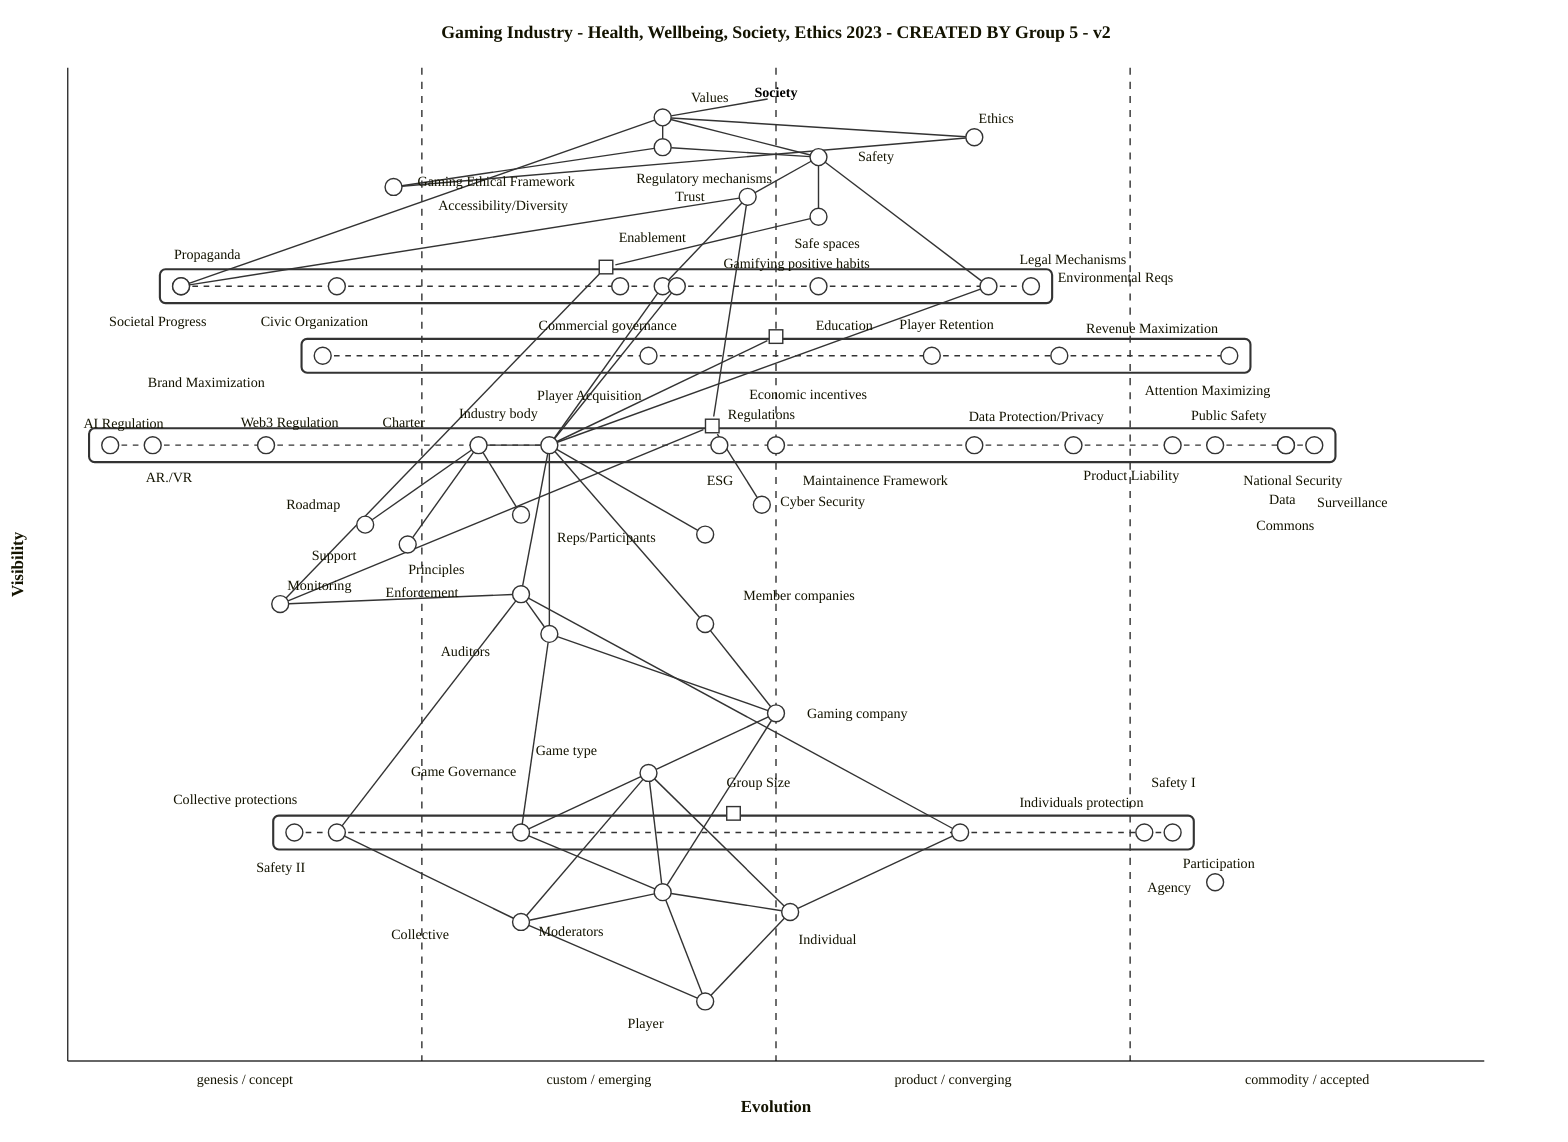
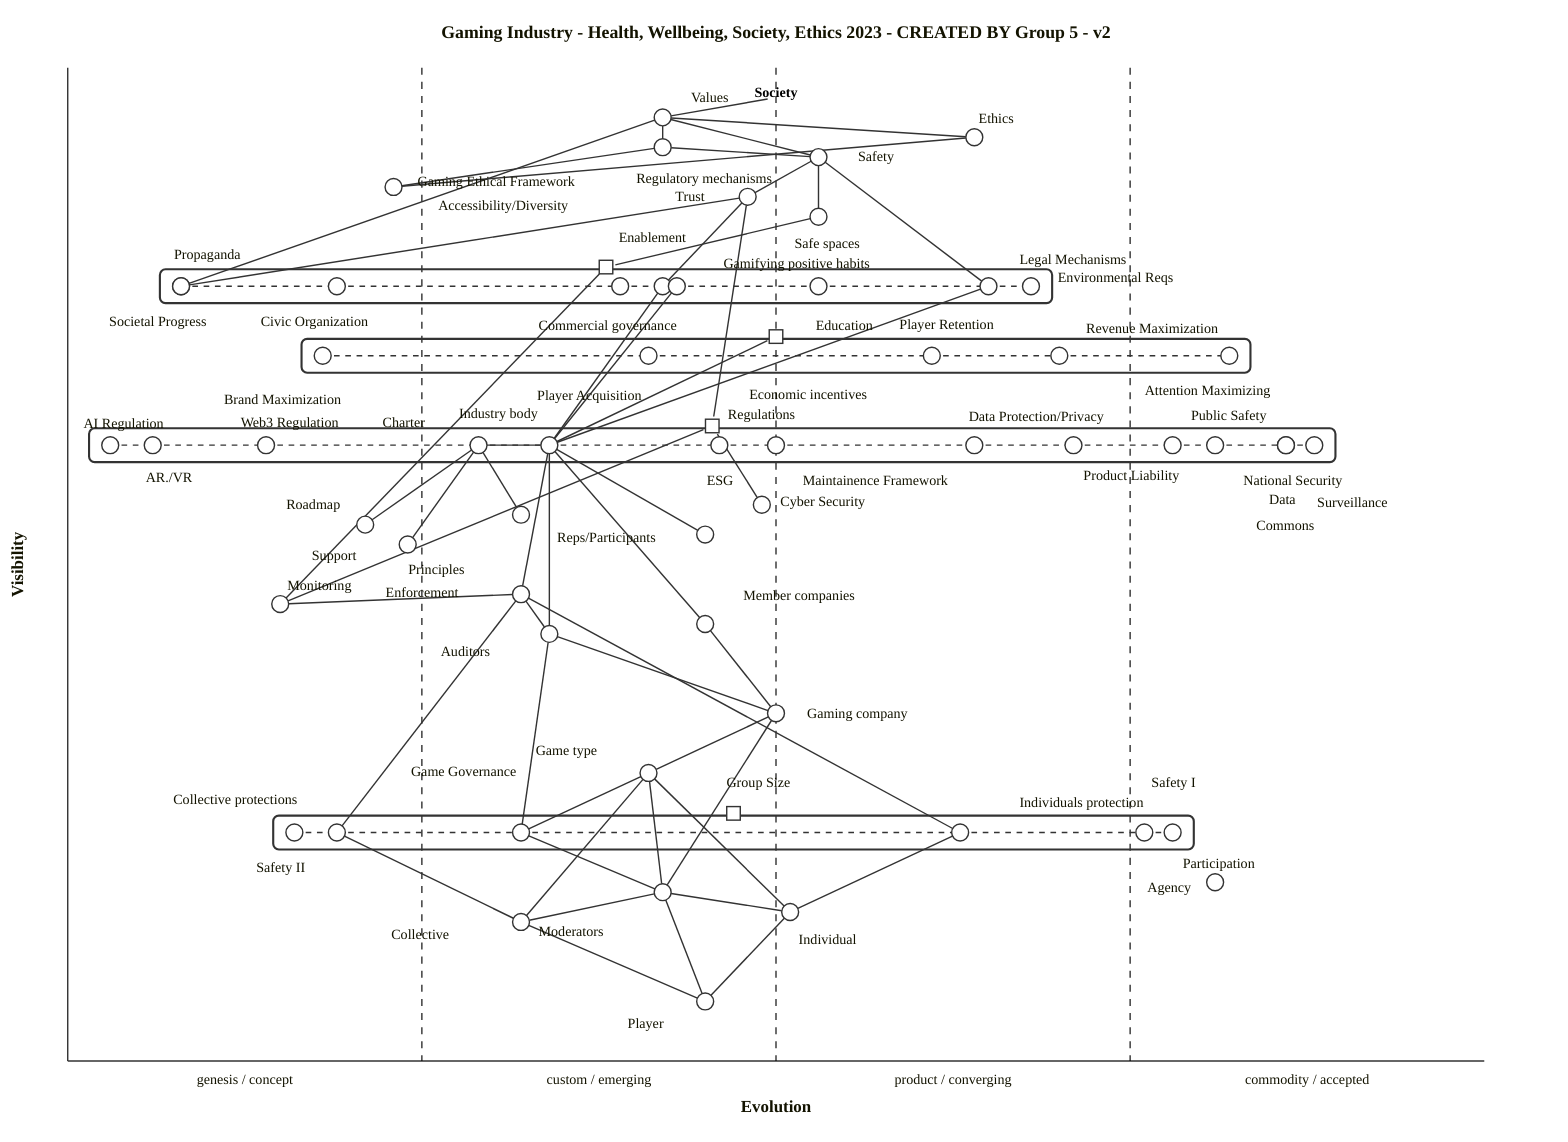
wardley-beta
title Gaming Industry - Health, Wellbeing, Society, Ethics 2023 - CREATED BY Group 5 - v2
size [1100, 800]

evolution genesis / concept -> custom / emerging -> product/ converging -> commodity / accepted

anchor Society [0.97, 0.50]

component Safety [0.91, 0.53] label [28, 3]
component Regulatory mechanisms [0.87, 0.48] label [-79, -10]

component Enforcement [0.47, 0.32] label [-96, 2]
component Regulations [0.62, 0.44] label [11, -5]
pipeline Regulations {
  component AI Regulation [0.03] label [-19, -12]
  component "AR./VR" [0.06] label [-5, 26]
  component Web3 Regulation [0.14] label [-18, -13]
  component Charter [0.29] label [-68, -13]
  component Industry body [0.34] label [-64, -19]
  component ESG [0.46] label [-9, 28]
  component Cyber Security [0.5] label [3, 43]
  component "Data Protection/Privacy" [0.64] label [-4, -17]
  component Product Liability [0.71] label [7, 25]
  component Public Safety [0.78] label [13, -18]
  component National Security [0.81] label [20, 28]
  component Data [0.86] label [-12, 42]
  component Commons [0.86] label [-21, 60]
  component Surveillance [0.88] label [2, 44]
}
component Member companies [0.44, 0.45] label [27, -17]
component "Reps/Participants" [0.53, 0.45] label [-105, 5]

component Gaming company [0.35, 0.50] label [22, 3]

component Game type [0.29, 0.41] label [-80, -13]

component Individual [0.15, 0.51] label [6, 23]
component Collective [0.14, 0.32] label [-92, 12]
component Player [0.06, 0.45] label [-55, 19]

Society -> Values
Values -> Safety
Values -> Societal Progress

Safety -> Regulatory mechanisms
Regulatory mechanisms -> Commercial governance
Commercial governance -> Industry body

Industry body -> Enforcement
Industry body -> "Reps/Participants"
Industry body -> Member companies
Industry body -> Charter
Industry body -> Regulations

Regulatory mechanisms -> Regulations

component Maintainence Framework [0.56, 0.49] label [29, -14]
Regulations -> Maintainence Framework

component Principles [0.55, 0.32] label [-80, 42]
component Support [0.52, 0.24] label [-68, 11]
component Roadmap [0.54, 0.21] label [-56, -11]

Charter -> Principles
Charter -> Support
Charter -> Roadmap
Member companies -> Gaming company

Individual protection -> Individual
Collective protections -> Collective
Individuals protection -> Individual
Enforcement -> Collective protections
Enforcement -> Individuals protection

Collective -> Player
Individual -> Player
Gaming company -> Game type

component Moderators [0.17, 0.42] label [-88, 31]
component Auditors [0.43, 0.34] label [-77, 16]

Industry body -> Auditors
Auditors -> Gaming company
Gaming company -> Moderators
Moderators -> Player

Game type -> Collective
Game type -> Individual
Moderators -> Individual
Moderators -> Collective
Game type -> Moderators

component Safe spaces [0.85, 0.53] label [-17, 22]

Game Governance -> Moderators
Auditors -> Game Governance
Game type -> Game Governance
component Ethics [0.93, 0.64] label [3, -10]
Enforcement -> Auditors
component Gaming Ethical Framework [0.88, 0.23] label [17, -1]
component Values [0.95, 0.42] label [20, -11]
Values -> Ethics
Ethics -> Ethical Framework
component Participation [0.18, 0.81] label [-23, -10]

component Group Size [0.23, 0.08] label [-5, -19]
pipeline Group Size {
  component Safety II [0.16] label [-27, 28]
  component Collective protections [0.19] label [-116, -20]
  component Game Governance [0.32] label [-78, -40]
  component Individuals protection [0.63] label [42, -18]
  component Safety I [0.76] label [5, -32]
  component Agency [0.78] label [-18, 42]
}

component Enablement [0.78, 0.12] label [9, -18]
pipeline Enablement {
  component Societal Progress [0.08] label [-51, 28]
  component Propaganda [0.08] label [-5, -19]
  component Civic Organization [0.19] label [-54, 28]
  component "Accessibility/Diversity" [0.39] label [-129, -54]
  component Commercial governance [0.42] label [-88, 31]
  component Gamifying positive habits [0.43] label [33, -13]
  component Education [0.53] label [-2, 31]
  component Legal Mechanisms [0.65] label [22, -16]
  component Environmental Reqs [0.68] label [19, -3]
}
Societal Progress -> Regulatory mechanisms
Societal Progress -> Enablement
component Monitoring [0.46, 0.15] label [5, -10]
component Economic incentives [0.71, 0.49] label [-19, 44]
pipeline Economic incentives {
-   component Brand Maximization [0.18] label [-124, 22]
+   component Brand Maximization [0.18] label [-70, 34]
  component Player Acquisition [0.41] label [-79, 31]
  component Player Retention [0.61] label [-23, -19]
  component Revenue Maximization [0.7] label [19, -16]
  component Attention Maximizing [0.82] label [-60, 28]
}

Monitoring -> Enforcement
Enablement -> Monitoring
Gamifying positive habits -> Industry body
Economic incentives -> Industry body
Ethical Framework -> Regulatory mechanisms
Ethical Framework -> Societal Progress
Ethical Framework -> Safety
Safety -> Safe spaces
Safe spaces -> Enablement
Safety -> Legal Mechanisms
component Trust [0.92, 0.42] label [9, 38]
Values -> Trust
Monitoring -> What to measure
Regulations -> Monitoring
Legal Mechanisms -> Industry body
Trust -> Safety
Trust -> Gaming Ethical Framework
Ethics -> Gaming Ethical Framework

